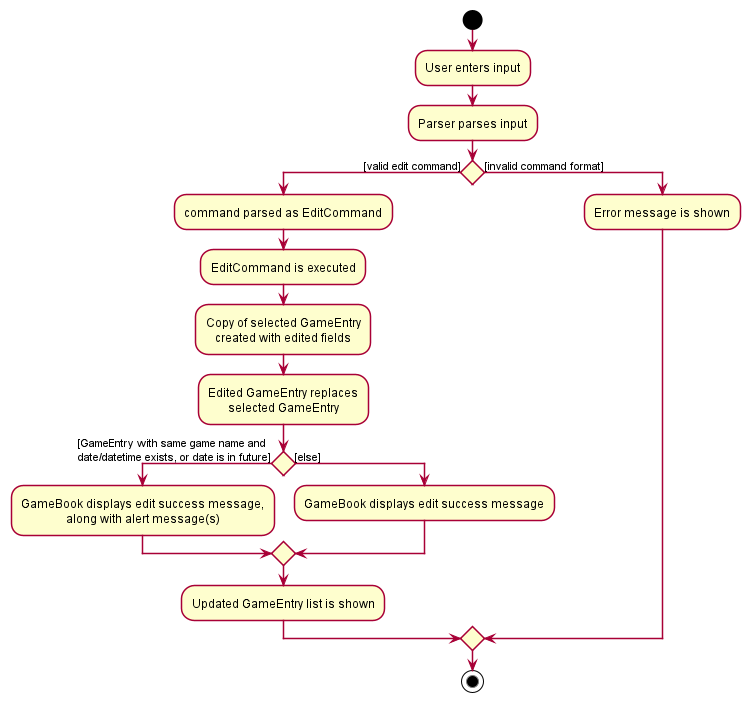
Earlier version of the PlantUML export docs/images/EditActivityDiagram.png (yzhilong/tp).
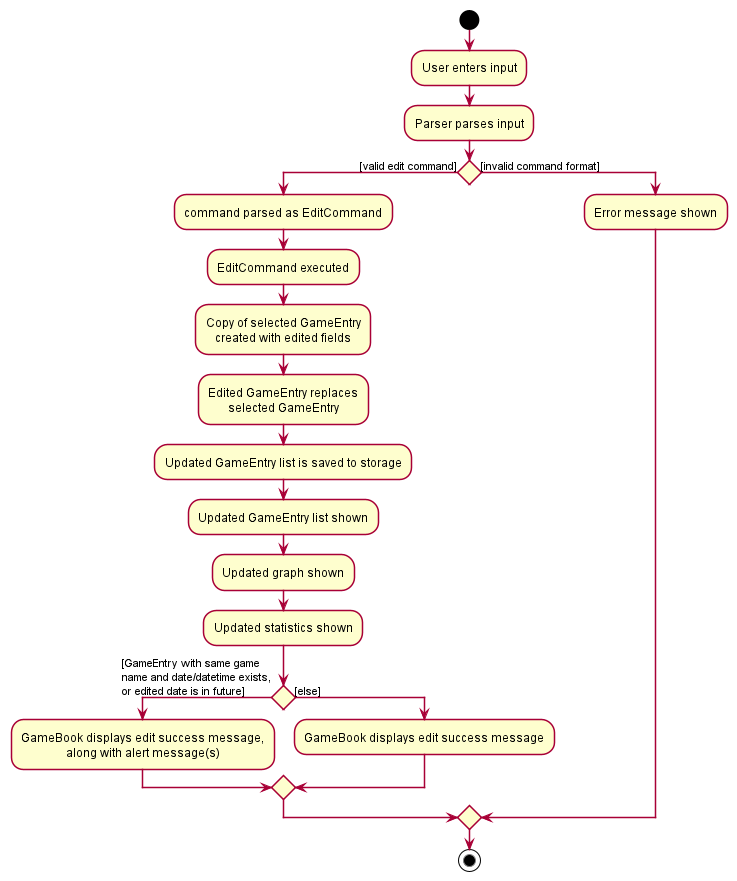
The same diagram one commit later.

Change to the diagram source:
```diff
@@ -5,21 +5,25 @@
 :Parser parses input;
 if () then ([valid edit command])
 :command parsed as EditCommand;
-:EditCommand is executed;
+:EditCommand executed;
 :Copy of selected GameEntry
 created with edited fields;
 :Edited GameEntry replaces
 selected GameEntry;
-if () then([GameEntry with same game name and
-date/datetime exists, or date is in future])
+:Updated GameEntry list is saved to storage;
+:Updated GameEntry list shown;
+:Updated graph shown;
+:Updated statistics shown;
+if () then([GameEntry with same game
+name and date/datetime exists,
+or edited date is in future])
 :GameBook displays edit success message,
 along with alert message(s);
 else ([else])
 :GameBook displays edit success message;
 endif
-:Updated GameEntry list is shown;
 else ([invalid command format])
-:Error message is shown;
+:Error message shown;
 endif
 stop
 @enduml
```
